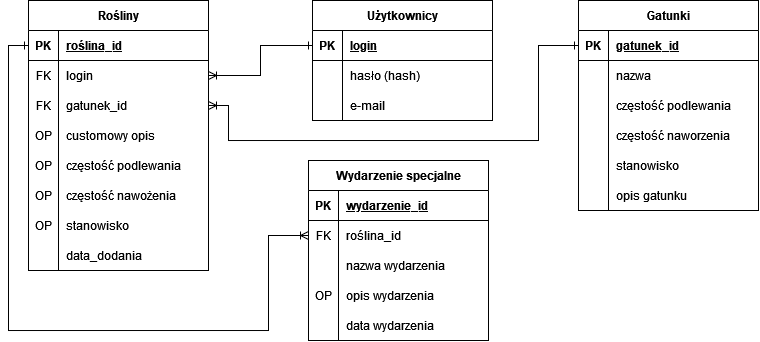
The draw.io diagram DataBase/PlantReminderDiagramEncji.drawio.png in Maja06063/PlantReminder, before a commit. Source tidied: cells renumbered, new cells last; positions are measured from the earlier drawing's top-left corner, leaving out a move shared by most shapes.
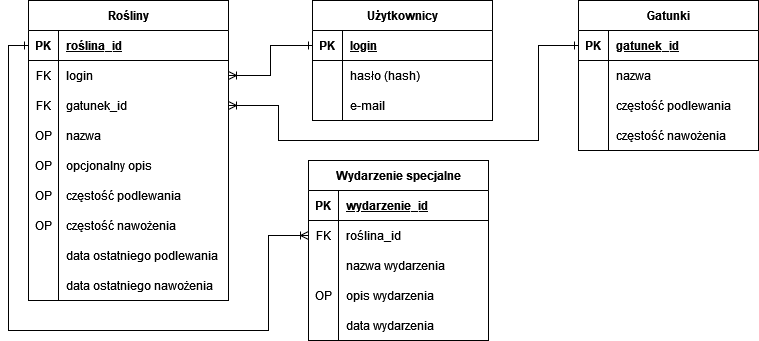
The same diagram one commit later.

Commit message:
Dodania diagramów dokumentacji

Change to the diagram source:
```diff
@@ -33,79 +33,88 @@
       <mxGeometry x="30" width="150" height="30" as="geometry" />
     </mxCell>
     <mxCell id="12" value="Rośliny" style="shape=table;startSize=30;rowLines=0;fontStyle=1;align=center;html=1;" parent="1" vertex="1">
-      <mxGeometry x="20" width="180" height="270" as="geometry" />
+      <mxGeometry x="20" width="200" height="300" as="geometry" />
     </mxCell>
     <mxCell id="13" style="shape=tableRow;horizontal=0;startSize=0;swimlaneHead=0;swimlaneBody=0;fillColor=none;points=[[0,0.5],[1,0.5]];portConstraint=eastwest;top=0;left=0;right=0;bottom=1;" parent="12" vertex="1">
-      <mxGeometry y="30" width="180" height="30" as="geometry" />
+      <mxGeometry y="30" width="200" height="30" as="geometry" />
     </mxCell>
     <mxCell id="14" value="PK" style="shape=partialRectangle;fillColor=none;top=0;left=0;bottom=0;right=0;fontStyle=1;overflow=hidden;whiteSpace=wrap;html=1;" parent="13" vertex="1">
       <mxGeometry width="30" height="30" as="geometry" />
     </mxCell>
     <mxCell id="15" value="roślina_id" style="shape=partialRectangle;fillColor=none;top=0;left=0;bottom=0;right=0;align=left;spacingLeft=6;fontStyle=5;overflow=hidden;whiteSpace=wrap;html=1;" parent="13" vertex="1">
-      <mxGeometry x="30" width="150" height="30" as="geometry" />
+      <mxGeometry x="30" width="170" height="30" as="geometry" />
     </mxCell>
     <mxCell id="16" style="shape=tableRow;horizontal=0;startSize=0;swimlaneHead=0;swimlaneBody=0;fillColor=none;points=[[0,0.5],[1,0.5]];portConstraint=eastwest;top=0;left=0;right=0;bottom=0;" parent="12" vertex="1">
-      <mxGeometry y="60" width="180" height="30" as="geometry" />
+      <mxGeometry y="60" width="200" height="30" as="geometry" />
     </mxCell>
     <mxCell id="17" value="FK" style="shape=partialRectangle;fillColor=none;top=0;left=0;bottom=0;right=0;overflow=hidden;whiteSpace=wrap;html=1;" parent="16" vertex="1">
       <mxGeometry width="30" height="30" as="geometry" />
     </mxCell>
     <mxCell id="18" value="login" style="shape=partialRectangle;fillColor=none;top=0;left=0;bottom=0;right=0;align=left;spacingLeft=6;overflow=hidden;whiteSpace=wrap;html=1;" parent="16" vertex="1">
-      <mxGeometry x="30" width="150" height="30" as="geometry" />
+      <mxGeometry x="30" width="170" height="30" as="geometry" />
     </mxCell>
     <mxCell id="19" style="shape=tableRow;horizontal=0;startSize=0;swimlaneHead=0;swimlaneBody=0;fillColor=none;points=[[0,0.5],[1,0.5]];portConstraint=eastwest;top=0;left=0;right=0;bottom=0;" parent="12" vertex="1">
-      <mxGeometry y="90" width="180" height="30" as="geometry" />
+      <mxGeometry y="90" width="200" height="30" as="geometry" />
     </mxCell>
     <mxCell id="20" value="FK" style="shape=partialRectangle;fillColor=none;top=0;left=0;bottom=0;right=0;overflow=hidden;whiteSpace=wrap;html=1;" parent="19" vertex="1">
       <mxGeometry width="30" height="30" as="geometry" />
     </mxCell>
     <mxCell id="21" value="gatunek_id" style="shape=partialRectangle;fillColor=none;top=0;left=0;bottom=0;right=0;align=left;spacingLeft=6;overflow=hidden;whiteSpace=wrap;html=1;" parent="19" vertex="1">
-      <mxGeometry x="30" width="150" height="30" as="geometry" />
+      <mxGeometry x="30" width="170" height="30" as="geometry" />
     </mxCell>
+    <mxCell id="75" style="shape=tableRow;horizontal=0;startSize=0;swimlaneHead=0;swimlaneBody=0;fillColor=none;top=0;left=0;right=0;bottom=0;" parent="12" vertex="1">
+      <mxGeometry y="120" width="200" height="30" as="geometry" />
+    </mxCell>
+    <mxCell id="76" value="OP" style="shape=partialRectangle;fillColor=none;top=0;left=0;bottom=0;right=0;overflow=hidden;whiteSpace=wrap;html=1;" parent="75" vertex="1">
+      <mxGeometry width="30" height="30" as="geometry" />
+    </mxCell>
+    <mxCell id="77" value="nazwa" style="shape=partialRectangle;fillColor=none;top=0;left=0;bottom=0;right=0;align=left;spacingLeft=6;overflow=hidden;whiteSpace=wrap;html=1;" parent="75" vertex="1">
+      <mxGeometry x="30" width="170" height="30" as="geometry" />
+    </mxCell>
     <mxCell id="22" style="shape=tableRow;horizontal=0;startSize=0;swimlaneHead=0;swimlaneBody=0;fillColor=none;top=0;left=0;right=0;bottom=0;" parent="12" vertex="1">
-      <mxGeometry y="120" width="180" height="30" as="geometry" />
+      <mxGeometry y="150" width="200" height="30" as="geometry" />
     </mxCell>
     <mxCell id="23" value="OP" style="shape=partialRectangle;fillColor=none;top=0;left=0;bottom=0;right=0;overflow=hidden;whiteSpace=wrap;html=1;" parent="22" vertex="1">
       <mxGeometry width="30" height="30" as="geometry" />
     </mxCell>
-    <mxCell id="24" value="customowy opis" style="shape=partialRectangle;fillColor=none;top=0;left=0;bottom=0;right=0;align=left;spacingLeft=6;overflow=hidden;whiteSpace=wrap;html=1;" parent="22" vertex="1">
-      <mxGeometry x="30" width="150" height="30" as="geometry" />
+    <mxCell id="24" value="opcjonalny opis" style="shape=partialRectangle;fillColor=none;top=0;left=0;bottom=0;right=0;align=left;spacingLeft=6;overflow=hidden;whiteSpace=wrap;html=1;" parent="22" vertex="1">
+      <mxGeometry x="30" width="170" height="30" as="geometry" />
     </mxCell>
     <mxCell id="25" style="shape=tableRow;horizontal=0;startSize=0;swimlaneHead=0;swimlaneBody=0;fillColor=none;top=0;left=0;right=0;bottom=0;" parent="12" vertex="1">
-      <mxGeometry y="150" width="180" height="30" as="geometry" />
+      <mxGeometry y="180" width="200" height="30" as="geometry" />
     </mxCell>
     <mxCell id="26" value="OP" style="shape=partialRectangle;fillColor=none;top=0;left=0;bottom=0;right=0;overflow=hidden;whiteSpace=wrap;html=1;" parent="25" vertex="1">
       <mxGeometry width="30" height="30" as="geometry" />
     </mxCell>
     <mxCell id="27" value="częstość podlewania" style="shape=partialRectangle;fillColor=none;top=0;left=0;bottom=0;right=0;align=left;spacingLeft=6;overflow=hidden;whiteSpace=wrap;html=1;" parent="25" vertex="1">
-      <mxGeometry x="30" width="150" height="30" as="geometry" />
+      <mxGeometry x="30" width="170" height="30" as="geometry" />
     </mxCell>
     <mxCell id="28" style="shape=tableRow;horizontal=0;startSize=0;swimlaneHead=0;swimlaneBody=0;fillColor=none;top=0;left=0;right=0;bottom=0;" parent="12" vertex="1">
-      <mxGeometry y="180" width="180" height="30" as="geometry" />
+      <mxGeometry y="210" width="200" height="30" as="geometry" />
     </mxCell>
     <mxCell id="29" value="OP" style="shape=partialRectangle;fillColor=none;top=0;left=0;bottom=0;right=0;overflow=hidden;whiteSpace=wrap;html=1;" parent="28" vertex="1">
       <mxGeometry width="30" height="30" as="geometry" />
     </mxCell>
     <mxCell id="30" value="częstość nawożenia" style="shape=partialRectangle;fillColor=none;top=0;left=0;bottom=0;right=0;align=left;spacingLeft=6;overflow=hidden;whiteSpace=wrap;html=1;" parent="28" vertex="1">
-      <mxGeometry x="30" width="150" height="30" as="geometry" />
+      <mxGeometry x="30" width="170" height="30" as="geometry" />
     </mxCell>
     <mxCell id="31" style="shape=tableRow;horizontal=0;startSize=0;swimlaneHead=0;swimlaneBody=0;fillColor=none;top=0;left=0;right=0;bottom=0;" parent="12" vertex="1">
-      <mxGeometry y="210" width="180" height="30" as="geometry" />
+      <mxGeometry y="240" width="200" height="30" as="geometry" />
     </mxCell>
-    <mxCell id="32" value="OP" style="shape=partialRectangle;fillColor=none;top=0;left=0;bottom=0;right=0;overflow=hidden;whiteSpace=wrap;html=1;" parent="31" vertex="1">
+    <mxCell id="32" style="shape=partialRectangle;fillColor=none;top=0;left=0;bottom=0;right=0;overflow=hidden;whiteSpace=wrap;html=1;" parent="31" vertex="1">
       <mxGeometry width="30" height="30" as="geometry" />
     </mxCell>
-    <mxCell id="33" value="stanowisko" style="shape=partialRectangle;fillColor=none;top=0;left=0;bottom=0;right=0;align=left;spacingLeft=6;overflow=hidden;whiteSpace=wrap;html=1;" parent="31" vertex="1">
-      <mxGeometry x="30" width="150" height="30" as="geometry" />
+    <mxCell id="33" value="data ostatniego podlewania" style="shape=partialRectangle;fillColor=none;top=0;left=0;bottom=0;right=0;align=left;spacingLeft=6;overflow=hidden;whiteSpace=wrap;html=1;" parent="31" vertex="1">
+      <mxGeometry x="30" width="170" height="30" as="geometry" />
     </mxCell>
     <mxCell id="34" style="shape=tableRow;horizontal=0;startSize=0;swimlaneHead=0;swimlaneBody=0;fillColor=none;top=0;left=0;right=0;bottom=0;" parent="12" vertex="1">
-      <mxGeometry y="240" width="180" height="30" as="geometry" />
+      <mxGeometry y="270" width="200" height="30" as="geometry" />
     </mxCell>
     <mxCell id="35" style="shape=partialRectangle;fillColor=none;top=0;left=0;bottom=0;right=0;overflow=hidden;whiteSpace=wrap;html=1;" parent="34" vertex="1">
       <mxGeometry width="30" height="30" as="geometry" />
     </mxCell>
-    <mxCell id="36" value="data_dodania" style="shape=partialRectangle;fillColor=none;top=0;left=0;bottom=0;right=0;align=left;spacingLeft=6;overflow=hidden;whiteSpace=wrap;html=1;" parent="34" vertex="1">
-      <mxGeometry x="30" width="150" height="30" as="geometry" />
+    <mxCell id="36" value="data ostatniego nawożenia" style="shape=partialRectangle;fillColor=none;top=0;left=0;bottom=0;right=0;align=left;spacingLeft=6;overflow=hidden;whiteSpace=wrap;html=1;" parent="34" vertex="1">
+      <mxGeometry x="30" width="170" height="30" as="geometry" />
     </mxCell>
     <mxCell id="37" value="Wydarzenie specjalne" style="shape=table;startSize=30;rowLines=0;fontStyle=1;align=center;html=1;" parent="1" vertex="1">
       <mxGeometry x="300" y="160" width="180" height="180" as="geometry" />
@@ -156,7 +165,7 @@
       <mxGeometry x="30" width="150" height="30" as="geometry" />
     </mxCell>
     <mxCell id="53" value="Gatunki" style="shape=table;startSize=30;rowLines=0;fontStyle=1;align=center;html=1;" parent="1" vertex="1">
-      <mxGeometry x="570" width="180" height="210" as="geometry" />
+      <mxGeometry x="570" width="180" height="150" as="geometry" />
     </mxCell>
     <mxCell id="54" style="shape=tableRow;horizontal=0;startSize=0;swimlaneHead=0;swimlaneBody=0;fillColor=none;points=[[0,0.5],[1,0.5]];portConstraint=eastwest;top=0;left=0;right=0;bottom=1;" parent="53" vertex="1">
       <mxGeometry y="30" width="180" height="30" as="geometry" />
@@ -191,27 +200,9 @@
     <mxCell id="64" style="shape=partialRectangle;fillColor=none;top=0;left=0;bottom=0;right=0;overflow=hidden;whiteSpace=wrap;html=1;" parent="63" vertex="1">
       <mxGeometry width="30" height="30" as="geometry" />
     </mxCell>
-    <mxCell id="65" value="częstość naworzenia" style="shape=partialRectangle;fillColor=none;top=0;left=0;bottom=0;right=0;align=left;spacingLeft=6;overflow=hidden;whiteSpace=wrap;html=1;" parent="63" vertex="1">
+    <mxCell id="65" value="częstość nawożenia" style="shape=partialRectangle;fillColor=none;top=0;left=0;bottom=0;right=0;align=left;spacingLeft=6;overflow=hidden;whiteSpace=wrap;html=1;" parent="63" vertex="1">
       <mxGeometry x="30" width="150" height="30" as="geometry" />
     </mxCell>
-    <mxCell id="66" style="shape=tableRow;horizontal=0;startSize=0;swimlaneHead=0;swimlaneBody=0;fillColor=none;top=0;left=0;right=0;bottom=0;" parent="53" vertex="1">
-      <mxGeometry y="150" width="180" height="30" as="geometry" />
-    </mxCell>
-    <mxCell id="67" style="shape=partialRectangle;fillColor=none;top=0;left=0;bottom=0;right=0;overflow=hidden;whiteSpace=wrap;html=1;" parent="66" vertex="1">
-      <mxGeometry width="30" height="30" as="geometry" />
-    </mxCell>
-    <mxCell id="68" value="stanowisko" style="shape=partialRectangle;fillColor=none;top=0;left=0;bottom=0;right=0;align=left;spacingLeft=6;overflow=hidden;whiteSpace=wrap;html=1;" parent="66" vertex="1">
-      <mxGeometry x="30" width="150" height="30" as="geometry" />
-    </mxCell>
-    <mxCell id="69" style="shape=tableRow;horizontal=0;startSize=0;swimlaneHead=0;swimlaneBody=0;fillColor=none;top=0;left=0;right=0;bottom=0;" parent="53" vertex="1">
-      <mxGeometry y="180" width="180" height="30" as="geometry" />
-    </mxCell>
-    <mxCell id="70" style="shape=partialRectangle;fillColor=none;top=0;left=0;bottom=0;right=0;overflow=hidden;whiteSpace=wrap;html=1;" parent="69" vertex="1">
-      <mxGeometry width="30" height="30" as="geometry" />
-    </mxCell>
-    <mxCell id="71" value="opis gatunku" style="shape=partialRectangle;fillColor=none;top=0;left=0;bottom=0;right=0;align=left;spacingLeft=6;overflow=hidden;whiteSpace=wrap;html=1;" parent="69" vertex="1">
-      <mxGeometry x="30" width="150" height="30" as="geometry" />
-    </mxCell>
     <mxCell id="72" style="edgeStyle=orthogonalEdgeStyle;rounded=0;jettySize=auto;html=1;entryX=0;entryY=0.5;entryDx=0;entryDy=0;endArrow=ERone;endFill=0;startArrow=ERoneToMany;startFill=0;" parent="1" edge="1" source="16" target="3">
       <mxGeometry relative="1" as="geometry" />
     </mxCell>
@@ -230,8 +221,8 @@
         <Array as="points">
           <mxPoint x="530" y="45" />
           <mxPoint x="530" y="140" />
-          <mxPoint x="220" y="140" />
-          <mxPoint x="220" y="105" />
+          <mxPoint x="270" y="140" />
+          <mxPoint x="270" y="105" />
         </Array>
       </mxGeometry>
     </mxCell>
```
